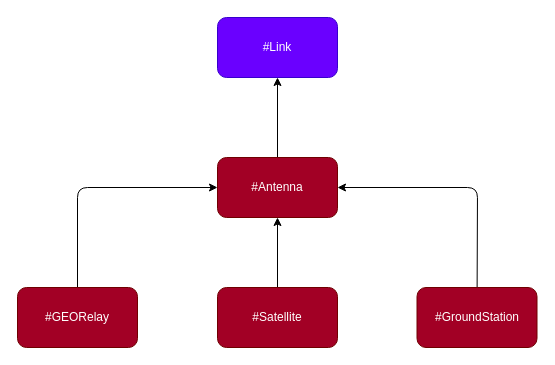
The draw.io diagram Link Analyzer/class.drawio in raihaan123/GDP-2022, before the edit. Source tidied: cells renumbered, new cells numbered last; positions are measured from the earlier drawing's top-left corner, leaving out a move shared by most shapes. Both pictures are drawn from the tidied source at 100%, with x=0, y=0 at pixel (17, 17).
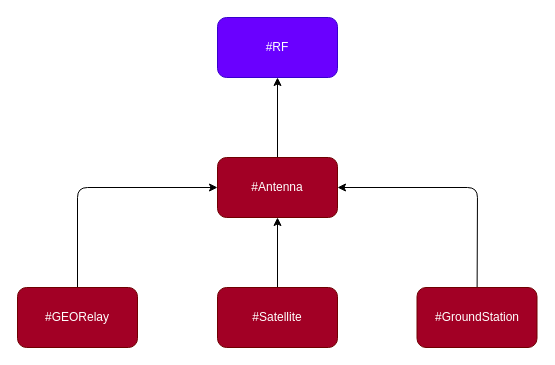
After the change.

What changed in the source:
```diff
@@
 <mxGraphModel>
   <root>
     <mxCell id="0" />
     <mxCell id="1" parent="0" />
     <mxCell id="2" style="edgeStyle=none;rounded=1;html=1;entryX=0.5;entryY=1;entryDx=0;entryDy=0;" parent="1" edge="1" source="3" target="6">
       <mxGeometry relative="1" as="geometry" />
     </mxCell>
     <mxCell id="3" value="#Antenna" style="rounded=1;whiteSpace=wrap;html=1;fillColor=#a20025;fontColor=#ffffff;strokeColor=#6F0000;" parent="1" vertex="1">
       <mxGeometry x="200" y="140" width="120" height="60" as="geometry" />
     </mxCell>
     <mxCell id="4" style="edgeStyle=none;html=1;entryX=0.5;entryY=1;entryDx=0;entryDy=0;" parent="1" edge="1" source="5" target="3">
       <mxGeometry relative="1" as="geometry" />
     </mxCell>
     <mxCell id="5" value="#Satellite" style="rounded=1;whiteSpace=wrap;html=1;fillColor=#a20025;fontColor=#ffffff;strokeColor=#6F0000;" parent="1" vertex="1">
       <mxGeometry x="200" y="270" width="120" height="60" as="geometry" />
     </mxCell>
-    <mxCell id="6" value="#Link" style="rounded=1;whiteSpace=wrap;html=1;fillColor=#6a00ff;fontColor=#ffffff;strokeColor=#3700CC;" parent="1" vertex="1">
+    <mxCell id="6" value="#RF" style="rounded=1;whiteSpace=wrap;html=1;fillColor=#6a00ff;fontColor=#ffffff;strokeColor=#3700CC;" parent="1" vertex="1">
       <mxGeometry x="200" width="120" height="60" as="geometry" />
     </mxCell>
     <mxCell id="7" style="edgeStyle=none;rounded=1;html=1;entryX=1;entryY=0.5;entryDx=0;entryDy=0;" parent="1" edge="1" source="8" target="3">
       <mxGeometry relative="1" as="geometry">
         <Array as="points">
           <mxPoint x="460" y="170" />
         </Array>
       </mxGeometry>
     </mxCell>
     <mxCell id="8" value="#GroundStation" style="rounded=1;whiteSpace=wrap;html=1;fillColor=#a20025;fontColor=#ffffff;strokeColor=#6F0000;" parent="1" vertex="1">
       <mxGeometry x="399.5" y="270" width="120" height="60" as="geometry" />
     </mxCell>
     <mxCell id="9" style="edgeStyle=none;html=1;entryX=0;entryY=0.5;entryDx=0;entryDy=0;" parent="1" edge="1" source="10" target="3">
       <mxGeometry relative="1" as="geometry">
         <Array as="points">
           <mxPoint x="60" y="170" />
         </Array>
       </mxGeometry>
     </mxCell>
     <mxCell id="10" value="#GEORelay" style="rounded=1;whiteSpace=wrap;html=1;fillColor=#a20025;fontColor=#ffffff;strokeColor=#6F0000;" parent="1" vertex="1">
       <mxGeometry y="270" width="120" height="60" as="geometry" />
     </mxCell>
   </root>
 </mxGraphModel>
```
